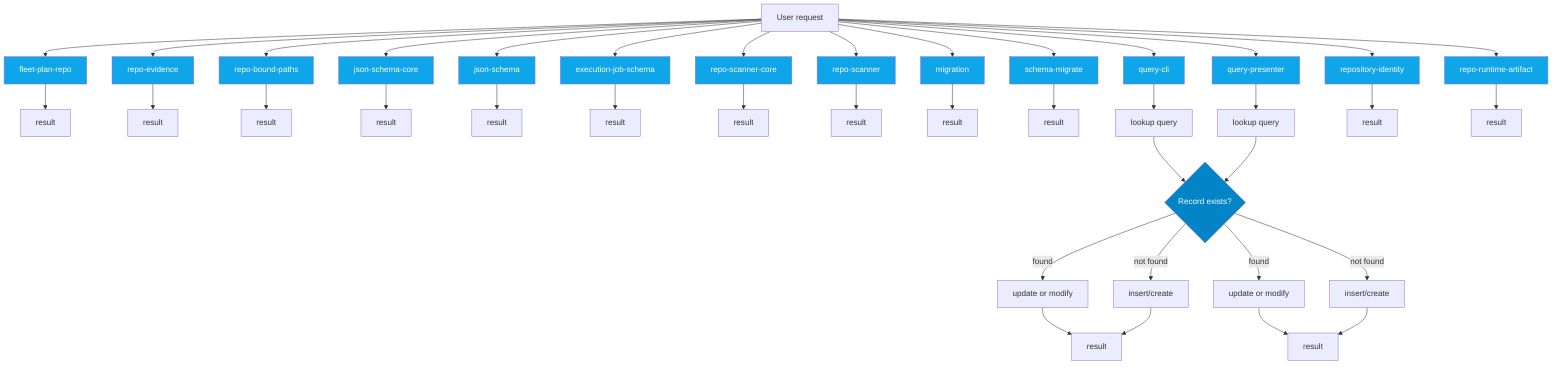
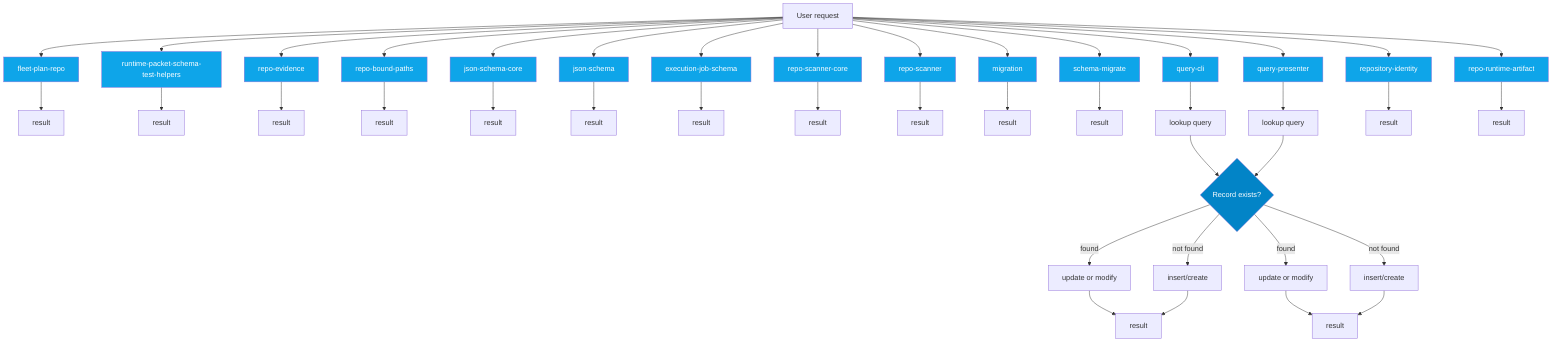
flowchart TD
  UserRequest["User request"]
  Decision{Record exists?}
  fleet_plan_repo_ecdc6499["fleet-plan-repo"]
  UserRequest --> fleet_plan_repo_ecdc6499
  fleet_plan_repo_ecdc6499 --> fleet_plan_repo_ecdc6499_result["result"]
+   runtime_packet_schema_test_helpers_893d3bed["runtime-packet-schema-test-helpers"]
+   UserRequest --> runtime_packet_schema_test_helpers_893d3bed
+   runtime_packet_schema_test_helpers_893d3bed --> runtime_packet_schema_test_helpers_893d3bed_result["result"]
  repo_evidence_38bb1de5["repo-evidence"]
  UserRequest --> repo_evidence_38bb1de5
  repo_evidence_38bb1de5 --> repo_evidence_38bb1de5_result["result"]
  repo_bound_paths_e218b5b3["repo-bound-paths"]
  UserRequest --> repo_bound_paths_e218b5b3
  repo_bound_paths_e218b5b3 --> repo_bound_paths_e218b5b3_result["result"]
  json_schema_core_96d7e328["json-schema-core"]
  UserRequest --> json_schema_core_96d7e328
  json_schema_core_96d7e328 --> json_schema_core_96d7e328_result["result"]
  json_schema_74a768d7["json-schema"]
  UserRequest --> json_schema_74a768d7
  json_schema_74a768d7 --> json_schema_74a768d7_result["result"]
  execution_job_schema_f68c4ffd["execution-job-schema"]
  UserRequest --> execution_job_schema_f68c4ffd
  execution_job_schema_f68c4ffd --> execution_job_schema_f68c4ffd_result["result"]
  repo_scanner_core_8e9f7646["repo-scanner-core"]
  UserRequest --> repo_scanner_core_8e9f7646
  repo_scanner_core_8e9f7646 --> repo_scanner_core_8e9f7646_result["result"]
  repo_scanner_a8b2579e["repo-scanner"]
  UserRequest --> repo_scanner_a8b2579e
  repo_scanner_a8b2579e --> repo_scanner_a8b2579e_result["result"]
  migration_8a6cead4["migration"]
  UserRequest --> migration_8a6cead4
  migration_8a6cead4 --> migration_8a6cead4_result["result"]
  schema_migrate_c0646635["schema-migrate"]
  UserRequest --> schema_migrate_c0646635
  schema_migrate_c0646635 --> schema_migrate_c0646635_result["result"]
  query_cli_b95be64d["query-cli"]
  UserRequest --> query_cli_b95be64d
  query_cli_b95be64d --> query_cli_b95be64d_lookup["lookup query"]
  query_cli_b95be64d_lookup --> Decision
  Decision -->|found| query_cli_b95be64d_update["update or modify"]
  Decision -->|not found| query_cli_b95be64d_create["insert/create"]
  query_cli_b95be64d_update --> query_cli_b95be64d_result["result"]
  query_cli_b95be64d_create --> query_cli_b95be64d_result["result"]
  query_presenter_02e6077c["query-presenter"]
  UserRequest --> query_presenter_02e6077c
  query_presenter_02e6077c --> query_presenter_02e6077c_lookup["lookup query"]
  query_presenter_02e6077c_lookup --> Decision
  Decision -->|found| query_presenter_02e6077c_update["update or modify"]
  Decision -->|not found| query_presenter_02e6077c_create["insert/create"]
  query_presenter_02e6077c_update --> query_presenter_02e6077c_result["result"]
  query_presenter_02e6077c_create --> query_presenter_02e6077c_result["result"]
  repository_identity_9dc13d37["repository-identity"]
  UserRequest --> repository_identity_9dc13d37
  repository_identity_9dc13d37 --> repository_identity_9dc13d37_result["result"]
  repo_runtime_artifact_139c0fbd["repo-runtime-artifact"]
  UserRequest --> repo_runtime_artifact_139c0fbd
  repo_runtime_artifact_139c0fbd --> repo_runtime_artifact_139c0fbd_result["result"]
  classDef dbNode fill:#0ea5e9,color:#fff
-   class fleet_plan_repo_ecdc6499,repo_evidence_38bb1de5,repo_bound_paths_e218b5b3,json_schema_core_96d7e328,json_schema_74a768d7,execution_job_schema_f68c4ffd,repo_scanner_core_8e9f7646,repo_scanner_a8b2579e,migration_8a6cead4,schema_migrate_c0646635,query_cli_b95be64d,query_presenter_02e6077c,repository_identity_9dc13d37,repo_runtime_artifact_139c0fbd dbNode
+   class fleet_plan_repo_ecdc6499,runtime_packet_schema_test_helpers_893d3bed,repo_evidence_38bb1de5,repo_bound_paths_e218b5b3,json_schema_core_96d7e328,json_schema_74a768d7,execution_job_schema_f68c4ffd,repo_scanner_core_8e9f7646,repo_scanner_a8b2579e,migration_8a6cead4,schema_migrate_c0646635,query_cli_b95be64d,query_presenter_02e6077c,repository_identity_9dc13d37,repo_runtime_artifact_139c0fbd dbNode
  classDef decisionNode fill:#0284c7,color:#fff
  class Decision decisionNode
